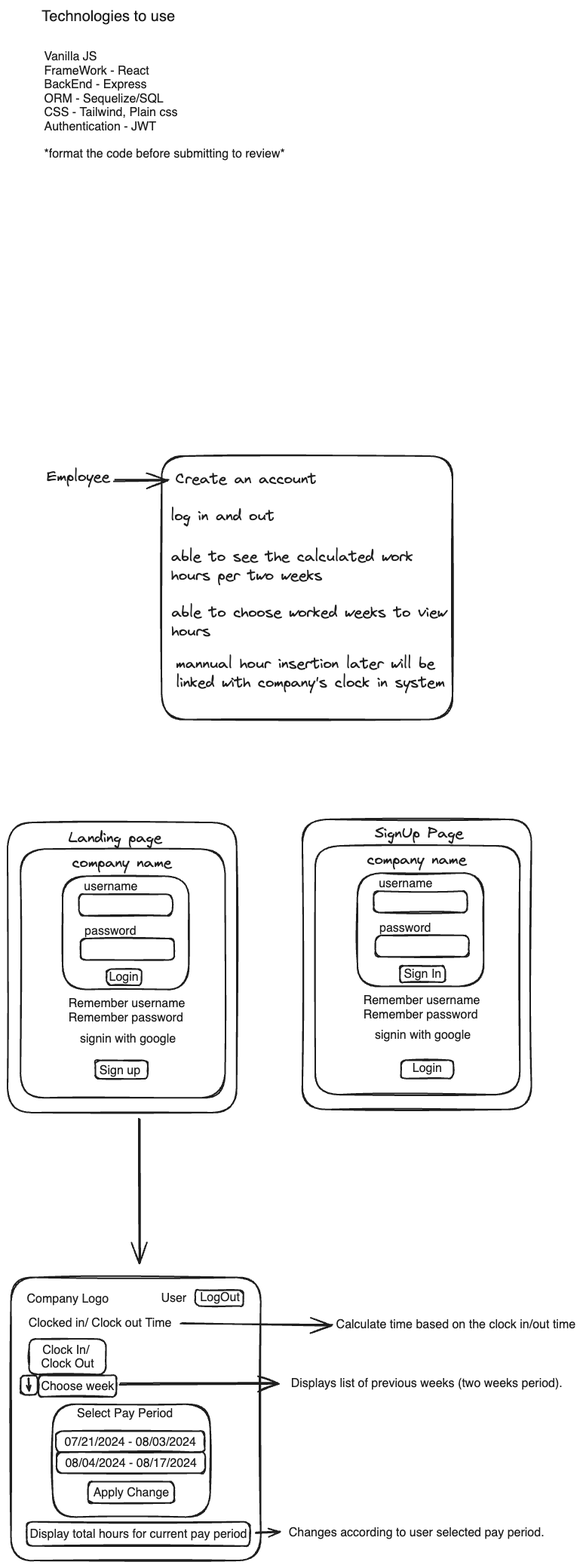
Before: docs/projectOverview.excalidraw.png, a diagram exported from Excalidraw (salidamaharjan/know_your_hour). Source tidied: one line per element, renumbered; positions are measured from the earlier drawing's top-left corner, leaving out a move shared by most shapes.
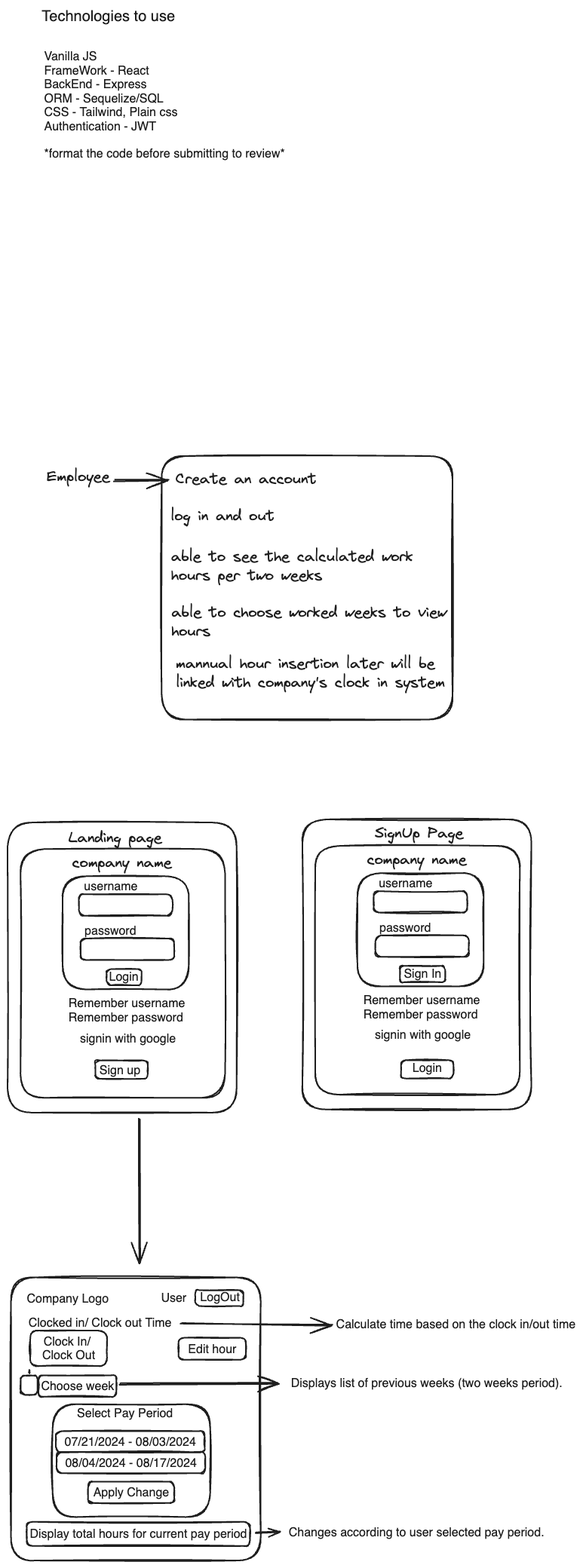
After the commit.

Diff of the diagram source:
```diff
@@ -30,7 +30,7 @@
 {"id": 29, "type": "text", "text": "Display total hours for current pay period ", "strokeColor": "#1e1e1e", "strokeWidth": 2, "roughness": 1, "fontSize": 16, "fontFamily": 2, "x": 29, "y": 2015, "width": 293, "height": 18}
 {"id": 30, "type": "text", "text": "Choose week", "strokeColor": "#1e1e1e", "strokeWidth": 2, "roughness": 1, "fontSize": 16, "fontFamily": 2, "x": 44, "y": 1819, "width": 97, "height": 18}
 {"id": 31, "type": "rectangle", "strokeColor": "#1e1e1e", "strokeWidth": 2, "roughness": 1, "round": true, "x": 41, "y": 1814, "width": 103, "height": 28}
-{"id": 32, "type": "arrow", "strokeColor": "#1e1e1e", "strokeWidth": 2, "roughness": 1, "endArrowhead": "arrow", "round": true, "from": 64, "to": 31, "x": 28, "y": 1818, "width": 1, "height": 16, "points": [[0, 0], [1, 16]]}
+{"id": 32, "type": "arrow", "strokeColor": "#1e1e1e", "strokeWidth": 2, "roughness": 1, "endArrowhead": "arrow", "round": true, "from": 64, "to": 31, "x": 29, "y": 1807, "width": 0, "height": 4, "points": [[0, 0], [0, 4]]}
 {"id": 33, "type": "rectangle", "strokeColor": "#1e1e1e", "strokeWidth": 2, "roughness": 1, "round": true, "x": 17, "y": 1815, "width": 22, "height": 26}
 {"id": 34, "type": "arrow", "strokeColor": "#1e1e1e", "strokeWidth": 2, "roughness": 1, "endArrowhead": "arrow", "round": true, "from": 38, "to": 23, "x": 149, "y": 1826, "width": 210, "height": 2, "points": [[0, 0], [210, -2]]}
 {"id": 35, "type": "text", "text": "Displays list of previous weeks (two weeks period).", "strokeColor": "#1e1e1e", "strokeWidth": 2, "roughness": 1, "fontSize": 16, "fontFamily": 2, "x": 376, "y": 1815, "width": 360, "height": 18}
@@ -62,8 +62,10 @@
 {"id": 61, "type": "text", "text": "Technologies to use\n", "strokeColor": "#1e1e1e", "strokeWidth": 2, "roughness": 1, "fontSize": 20, "fontFamily": 2, "x": 45, "y": 0, "width": 177, "height": 46}
 {"id": 62, "type": "text", "text": "Vanilla JS\nFrameWork - React\nBackEnd - Express\nORM - Sequelize/SQL\nCSS - Tailwind, Plain css\nAuthentication - JWT\n\n*format the code before submitting to review*", "strokeColor": "#1e1e1e", "strokeWidth": 2, "roughness": 1, "fontSize": 16, "fontFamily": 2, "x": 48, "y": 56, "width": 319, "height": 147}
 {"id": 63, "type": "arrow", "strokeColor": "#1e1e1e", "strokeWidth": 2, "roughness": 1, "endArrowhead": "arrow", "round": true, "from": 10, "to": 23, "x": 176, "y": 1475, "width": 1, "height": 190, "points": [[0, 0], [1, 190]]}
-{"id": 64, "type": "rectangle", "strokeColor": "#1e1e1e", "strokeWidth": 2, "roughness": 1, "round": true, "x": 29, "y": 1766, "width": 102, "height": 47}
+{"id": 64, "type": "rectangle", "strokeColor": "#1e1e1e", "strokeWidth": 2, "roughness": 1, "round": true, "x": 30, "y": 1755, "width": 102, "height": 47}
-{"id": 65, "type": "text", "text": "Clock In/ \nClock Out", "strokeColor": "#1e1e1e", "strokeWidth": 2, "roughness": 1, "fontSize": 16, "fontFamily": 2, "textAlign": "center", "verticalAlign": "middle", "inside": 64, "x": 44, "y": 1771, "width": 70, "height": 37}
+{"id": 65, "type": "text", "text": "Clock In/ \nClock Out", "strokeColor": "#1e1e1e", "strokeWidth": 2, "roughness": 1, "fontSize": 16, "fontFamily": 2, "textAlign": "center", "verticalAlign": "middle", "inside": 64, "x": 46, "y": 1760, "width": 70, "height": 37}
 {"id": 66, "type": "text", "text": "Clocked in/ Clock out Time", "strokeColor": "#1e1e1e", "strokeWidth": 2, "roughness": 1, "fontSize": 16, "fontFamily": 2, "x": 28, "y": 1735, "width": 190, "height": 18}
 {"id": 67, "type": "arrow", "strokeColor": "#1e1e1e", "strokeWidth": 2, "roughness": 1, "endArrowhead": "arrow", "round": true, "from": 66, "x": 230, "y": 1745, "width": 201, "height": 2, "points": [[0, 0], [201, 2]]}
 {"id": 68, "type": "text", "text": "Calculate time based on the clock in/out time", "strokeColor": "#1e1e1e", "strokeWidth": 2, "roughness": 1, "fontSize": 16, "fontFamily": 2, "x": 436, "y": 1737, "width": 318, "height": 18}
+{"id": 69, "type": "rectangle", "strokeColor": "#1e1e1e", "strokeWidth": 2, "roughness": 1, "round": true, "x": 227, "y": 1765, "width": 89, "height": 29}
+{"id": 70, "type": "text", "text": "Edit hour", "strokeColor": "#1e1e1e", "strokeWidth": 2, "roughness": 1, "fontSize": 16, "fontFamily": 2, "textAlign": "center", "verticalAlign": "middle", "inside": 69, "x": 239, "y": 1770, "width": 64, "height": 18}
```
